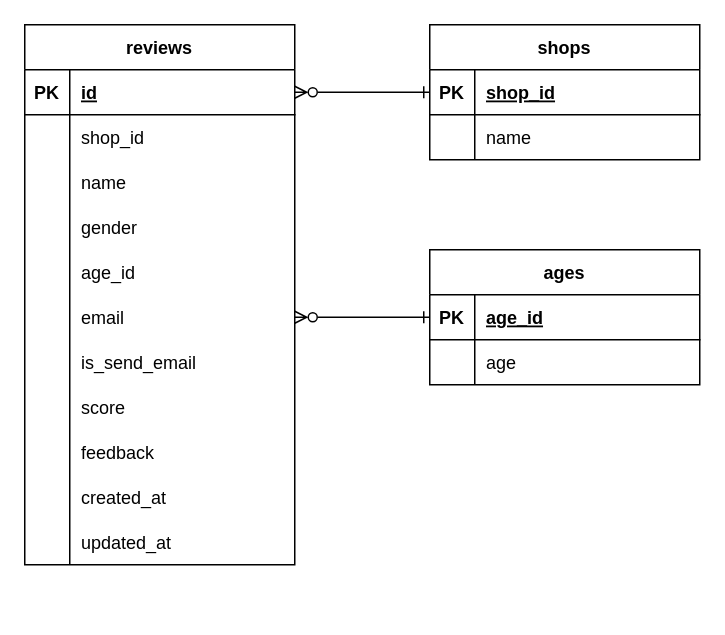
Above: ER.dio in junichi4250/questionary (draw.io), before the change. Source tidied: cells renumbered, new cells numbered last; positions are measured from the earlier drawing's top-left corner, leaving out a move shared by most shapes. Both pictures are drawn from the tidied source at 150%, with x=0, y=0 at pixel (24, 24).
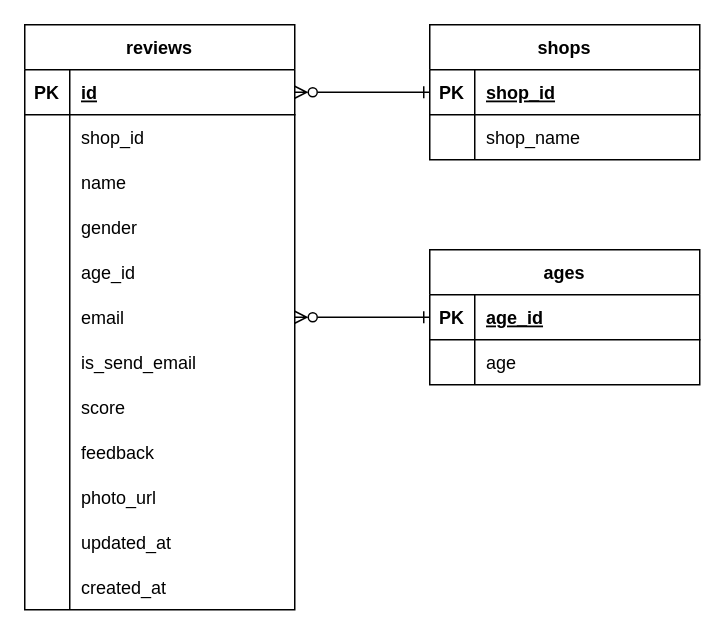
After the change.

Unchanged cells that the change refers to:
```xml
<mxCell id="31" style="shape=partialRectangle;fillColor=none;top=0;left=0;bottom=0;right=0;" parent="3" vertex="1">
  <mxGeometry y="300" width="180" height="30" as="geometry" />
</mxCell>
<mxCell id="41" style="shape=partialRectangle;fillColor=none;top=0;left=0;bottom=0;right=0;" parent="37" vertex="1">
  <mxGeometry y="60" width="180" height="30" as="geometry" />
</mxCell>
```

What changed in the source:
```diff
@@
     <mxCell id="3" value="reviews" style="shape=table;startSize=30;childLayout=tableLayout;rowLines=0;fontStyle=1;align=center;" parent="1" vertex="1">
-      <mxGeometry width="180" height="360" as="geometry" />
+      <mxGeometry width="180" height="390" as="geometry" />
     </mxCell>
@@
-    <mxCell id="33" value="created_at" style="shape=partialRectangle;fillColor=none;top=0;left=0;bottom=0;right=0;align=left;spacingLeft=6;overflow=hidden;" parent="31" vertex="1">
+    <mxCell id="33" value="photo_url" style="shape=partialRectangle;fillColor=none;top=0;left=0;bottom=0;right=0;align=left;spacingLeft=6;overflow=hidden;" parent="31" vertex="1">
       <mxGeometry x="30" width="150" height="30" as="geometry" />
     </mxCell>
@@
+    <mxCell id="52" style="shape=partialRectangle;fillColor=none;top=0;left=0;bottom=0;right=0;" parent="3" vertex="1">
+      <mxGeometry y="360" width="180" height="30" as="geometry" />
+    </mxCell>
+    <mxCell id="53" style="shape=partialRectangle;fillColor=none;top=0;left=0;bottom=0;right=0;overflow=hidden;" parent="52" vertex="1">
+      <mxGeometry width="30" height="30" as="geometry" />
+    </mxCell>
+    <mxCell id="54" value="created_at" style="shape=partialRectangle;fillColor=none;top=0;left=0;bottom=0;right=0;align=left;spacingLeft=6;overflow=hidden;" parent="52" vertex="1">
+      <mxGeometry x="30" width="150" height="30" as="geometry" />
+    </mxCell>
@@
-    <mxCell id="43" value="name" style="shape=partialRectangle;fillColor=none;top=0;left=0;bottom=0;right=0;align=left;spacingLeft=6;overflow=hidden;" parent="41" vertex="1">
+    <mxCell id="43" value="shop_name" style="shape=partialRectangle;fillColor=none;top=0;left=0;bottom=0;right=0;align=left;spacingLeft=6;overflow=hidden;" parent="41" vertex="1">
       <mxGeometry x="30" width="150" height="30" as="geometry" />
     </mxCell>
```
